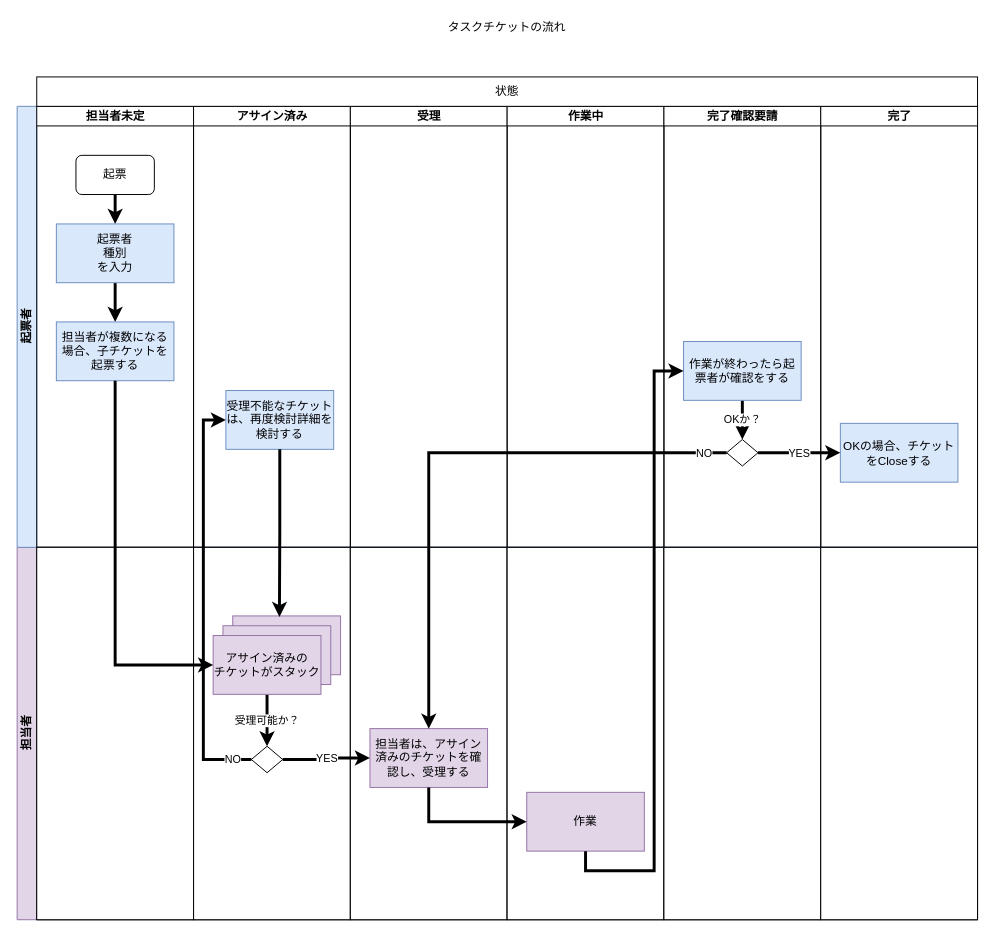
ssa-study/documents keeps this draw.io diagram as ProjectWorkFlow.drawio. Above is the earlier version. Source tidied: cells renumbered, new cells numbered last; positions are measured from the earlier drawing's top-left corner, leaving out a move shared by most shapes. Both pictures are drawn from the tidied source at 98%, with x=0, y=0 at pixel (17, 18).
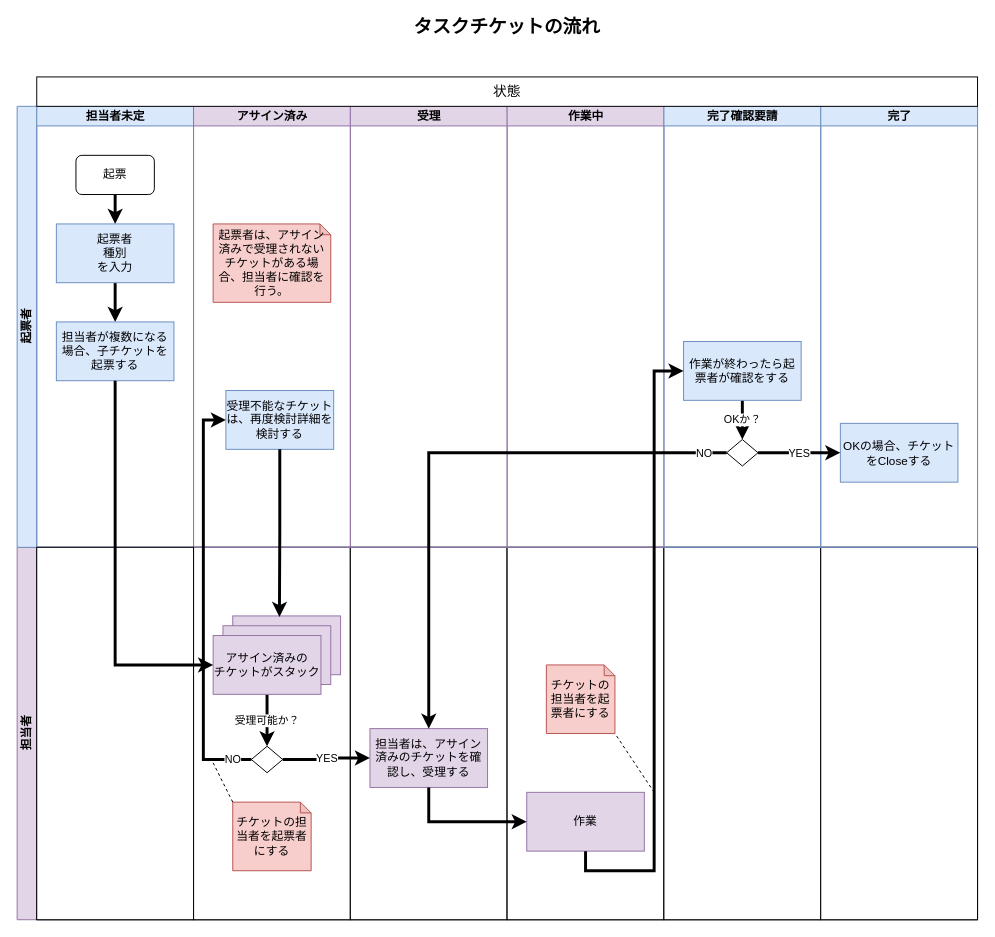
The same diagram, later.

Commit message (it also covers changes not shown here):
ProjectWorkFlow.drawio を更新します

The change refers to these unchanged cells:
```xml
<mxCell id="4" style="swimlane;html=1;startSize=20;" parent="2" vertex="1">
  <mxGeometry x="180" width="160" height="380" as="geometry" />
</mxCell>
<mxCell id="14" style="swimlane;html=1;startSize=20;" parent="2" vertex="1">
  <mxGeometry x="500" width="160" height="380" as="geometry" />
</mxCell>
<mxCell id="23" value="起票者&lt;br&gt;" style="swimlane;html=1;startSize=20;horizontal=0;fillColor=#dae8fc;strokeColor=#6c8ebf;" parent="1" vertex="1">
  <mxGeometry y="90" width="980" height="450" as="geometry" />
</mxCell>
```

What changed in the source:
```diff
@@
+    <mxCell id="49" value="チケットの担当者を起票者にする" style="shape=note;whiteSpace=wrap;html=1;backgroundOutline=1;darkOpacity=0.05;fontSize=12;size=11;fillColor=#f8cecc;strokeColor=#b85450;" parent="4" vertex="1">
+      <mxGeometry x="40" y="260" width="80" height="70" as="geometry" />
+    </mxCell>
+    <mxCell id="50" style="endArrow=none;dashed=1;html=1;strokeWidth=1;fontSize=12;exitX=0;exitY=0;exitDx=0;exitDy=0;exitPerimeter=0;" parent="4" edge="1" source="49">
+      <mxGeometry relative="1" as="geometry">
+        <mxPoint x="20" y="220" as="targetPoint" />
+      </mxGeometry>
+    </mxCell>
@@
+    <mxCell id="51" value="チケットの担当者を起票者にする" style="shape=note;whiteSpace=wrap;html=1;backgroundOutline=1;darkOpacity=0.05;fontSize=12;size=11;fillColor=#f8cecc;strokeColor=#b85450;" parent="14" vertex="1">
+      <mxGeometry x="40" y="120" width="70" height="70" as="geometry" />
+    </mxCell>
@@
-    <mxCell id="24" value="担当者未定" style="swimlane;html=1;startSize=20;" parent="23" vertex="1">
+    <mxCell id="24" value="担当者未定" style="swimlane;html=1;startSize=20;fillColor=#dae8fc;strokeColor=#6c8ebf;" parent="23" vertex="1">
       <mxGeometry x="20" width="160" height="450" as="geometry" />
     </mxCell>
@@
-    <mxCell id="30" value="アサイン済み" style="swimlane;html=1;startSize=20;" parent="23" vertex="1">
+    <mxCell id="30" value="アサイン済み" style="swimlane;html=1;startSize=20;fillColor=#e1d5e7;strokeColor=#9673a6;" parent="23" vertex="1">
       <mxGeometry x="180" width="160" height="450" as="geometry" />
     </mxCell>
@@
+    <mxCell id="52" value="起票者は、アサイン済みで受理されないチケットがある場合、担当者に確認を行う。" style="shape=note;whiteSpace=wrap;html=1;backgroundOutline=1;darkOpacity=0.05;fontSize=12;size=11;fillColor=#f8cecc;strokeColor=#b85450;" parent="30" vertex="1">
+      <mxGeometry x="20" y="120" width="120" height="80" as="geometry" />
+    </mxCell>
-    <mxCell id="32" value="受理" style="swimlane;html=1;startSize=20;" parent="23" vertex="1">
+    <mxCell id="32" value="受理" style="swimlane;html=1;startSize=20;fillColor=#e1d5e7;strokeColor=#9673a6;" parent="23" vertex="1">
       <mxGeometry x="340" width="160" height="450" as="geometry" />
     </mxCell>
-    <mxCell id="33" value="作業中" style="swimlane;html=1;startSize=20;" parent="23" vertex="1">
+    <mxCell id="33" value="作業中" style="swimlane;html=1;startSize=20;fillColor=#e1d5e7;strokeColor=#9673a6;" parent="23" vertex="1">
       <mxGeometry x="500" width="160" height="450" as="geometry" />
     </mxCell>
-    <mxCell id="34" value="完了確認要請" style="swimlane;html=1;startSize=20;" parent="23" vertex="1">
+    <mxCell id="34" value="完了確認要請" style="swimlane;html=1;startSize=20;fillColor=#dae8fc;strokeColor=#6c8ebf;" parent="23" vertex="1">
       <mxGeometry x="660" width="160" height="450" as="geometry" />
     </mxCell>
@@
-    <mxCell id="38" value="完了" style="swimlane;html=1;startSize=20;" parent="23" vertex="1">
+    <mxCell id="38" value="完了" style="swimlane;html=1;startSize=20;fillColor=#dae8fc;strokeColor=#6c8ebf;" parent="23" vertex="1">
       <mxGeometry x="820" width="160" height="450" as="geometry" />
     </mxCell>
@@
-    <mxCell id="41" value="タスクチケットの流れ" style="text;html=1;strokeColor=none;fillColor=none;align=center;verticalAlign=middle;whiteSpace=wrap;rounded=0;" parent="1" vertex="1">
-      <mxGeometry x="415" width="170" height="20" as="geometry" />
+    <mxCell id="41" value="タスクチケットの流れ" style="text;html=1;strokeColor=none;fillColor=none;align=center;verticalAlign=middle;whiteSpace=wrap;rounded=0;fontSize=19;fontStyle=1;" parent="1" vertex="1">
+      <mxGeometry x="340" width="320" height="20" as="geometry" />
     </mxCell>
-    <mxCell id="42" value="状態" style="rounded=0;whiteSpace=wrap;html=1;" parent="1" vertex="1">
+    <mxCell id="42" value="状態" style="rounded=0;whiteSpace=wrap;html=1;fontSize=14;" parent="1" vertex="1">
       <mxGeometry x="20" y="60" width="960" height="30" as="geometry" />
     </mxCell>
@@
+    <mxCell id="53" style="endArrow=none;dashed=1;html=1;strokeWidth=1;fontSize=12;entryX=1;entryY=1;entryDx=0;entryDy=0;entryPerimeter=0;" parent="1" edge="1" target="51">
+      <mxGeometry relative="1" as="geometry">
+        <mxPoint x="650" y="790" as="sourcePoint" />
+      </mxGeometry>
+    </mxCell>
```
